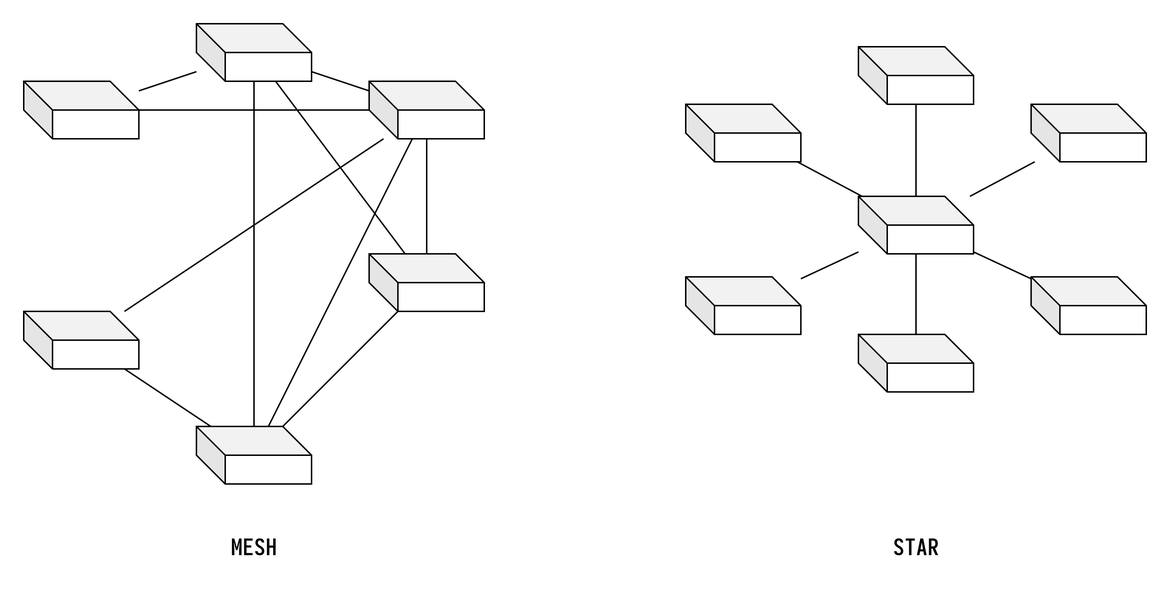
The draw.io diagram images/schematics/network-topologies.png in utbrott/masters-thesis, before a commit. Source tidied: cells renumbered, new cells last; positions are measured from the earlier drawing's top-left corner, leaving out a move shared by most shapes. Source of this version:
```xml
<mxGraphModel>
  <root>
    <mxCell id="0" />
    <mxCell id="1" parent="0" />
    <mxCell id="2" style="shape=cube;whiteSpace=wrap;html=1;boundedLbl=1;backgroundOutline=1;darkOpacity=0.05;darkOpacity2=0.1;" parent="1" vertex="1">
      <mxGeometry y="40" width="80" height="40" as="geometry" />
    </mxCell>
    <mxCell id="3" style="shape=cube;whiteSpace=wrap;html=1;boundedLbl=1;backgroundOutline=1;darkOpacity=0.05;darkOpacity2=0.1;" parent="1" vertex="1">
      <mxGeometry x="120" width="80" height="40" as="geometry" />
    </mxCell>
    <mxCell id="4" style="shape=cube;whiteSpace=wrap;html=1;boundedLbl=1;backgroundOutline=1;darkOpacity=0.05;darkOpacity2=0.1;" parent="1" vertex="1">
      <mxGeometry x="240" y="40" width="80" height="40" as="geometry" />
    </mxCell>
    <mxCell id="5" style="shape=cube;whiteSpace=wrap;html=1;boundedLbl=1;backgroundOutline=1;darkOpacity=0.05;darkOpacity2=0.1;" parent="1" vertex="1">
      <mxGeometry y="200" width="80" height="40" as="geometry" />
    </mxCell>
    <mxCell id="6" style="shape=cube;whiteSpace=wrap;html=1;boundedLbl=1;backgroundOutline=1;darkOpacity=0.05;darkOpacity2=0.1;" parent="1" vertex="1">
      <mxGeometry x="120" y="280" width="80" height="40" as="geometry" />
    </mxCell>
    <mxCell id="7" style="shape=cube;whiteSpace=wrap;html=1;boundedLbl=1;backgroundOutline=1;darkOpacity=0.05;darkOpacity2=0.1;" parent="1" vertex="1">
      <mxGeometry x="240" y="160" width="80" height="40" as="geometry" />
    </mxCell>
    <mxCell id="8" style="endArrow=none;html=1;rounded=0;" parent="1" edge="1" source="2" target="3">
      <mxGeometry relative="1" as="geometry" />
    </mxCell>
    <mxCell id="9" style="endArrow=none;html=1;rounded=0;" parent="1" edge="1" source="7" target="3">
      <mxGeometry relative="1" as="geometry" />
    </mxCell>
    <mxCell id="10" style="endArrow=none;html=1;rounded=0;" parent="1" edge="1" source="5" target="6">
      <mxGeometry relative="1" as="geometry" />
    </mxCell>
    <mxCell id="11" style="endArrow=none;html=1;rounded=0;" parent="1" edge="1" source="6" target="7">
      <mxGeometry relative="1" as="geometry" />
    </mxCell>
    <mxCell id="12" style="endArrow=none;html=1;rounded=0;" parent="1" edge="1" source="7" target="4">
      <mxGeometry relative="1" as="geometry" />
    </mxCell>
    <mxCell id="13" style="endArrow=none;html=1;rounded=0;" parent="1" edge="1" source="4" target="3">
      <mxGeometry relative="1" as="geometry" />
    </mxCell>
    <mxCell id="14" style="endArrow=none;html=1;rounded=0;" parent="1" edge="1" source="6" target="3">
      <mxGeometry relative="1" as="geometry" />
    </mxCell>
    <mxCell id="15" style="endArrow=none;html=1;rounded=0;" parent="1" edge="1" source="2" target="4">
      <mxGeometry relative="1" as="geometry" />
    </mxCell>
    <mxCell id="16" style="endArrow=none;html=1;rounded=0;" parent="1" edge="1" source="5" target="4">
      <mxGeometry relative="1" as="geometry" />
    </mxCell>
    <mxCell id="17" style="endArrow=none;html=1;rounded=0;" parent="1" edge="1" source="6" target="4">
      <mxGeometry relative="1" as="geometry" />
    </mxCell>
    <mxCell id="18" value="MESH" style="text;html=1;align=center;verticalAlign=middle;strokeColor=none;fillColor=none;fontFamily=Iosevka;fontSize=16;fontStyle=1;" parent="1" vertex="1">
      <mxGeometry x="130" y="350" width="60" height="30" as="geometry" />
    </mxCell>
    <mxCell id="19" style="shape=cube;whiteSpace=wrap;html=1;boundedLbl=1;backgroundOutline=1;darkOpacity=0.05;darkOpacity2=0.1;" parent="1" vertex="1">
      <mxGeometry x="460" y="56" width="80" height="40" as="geometry" />
    </mxCell>
    <mxCell id="20" style="shape=cube;whiteSpace=wrap;html=1;boundedLbl=1;backgroundOutline=1;darkOpacity=0.05;darkOpacity2=0.1;" parent="1" vertex="1">
      <mxGeometry x="580" y="16" width="80" height="40" as="geometry" />
    </mxCell>
    <mxCell id="21" style="shape=cube;whiteSpace=wrap;html=1;boundedLbl=1;backgroundOutline=1;darkOpacity=0.05;darkOpacity2=0.1;" parent="1" vertex="1">
      <mxGeometry x="700" y="56" width="80" height="40" as="geometry" />
    </mxCell>
    <mxCell id="22" style="shape=cube;whiteSpace=wrap;html=1;boundedLbl=1;backgroundOutline=1;darkOpacity=0.05;darkOpacity2=0.1;" parent="1" vertex="1">
      <mxGeometry x="460" y="176" width="80" height="40" as="geometry" />
    </mxCell>
    <mxCell id="23" style="shape=cube;whiteSpace=wrap;html=1;boundedLbl=1;backgroundOutline=1;darkOpacity=0.05;darkOpacity2=0.1;" parent="1" vertex="1">
      <mxGeometry x="580" y="216" width="80" height="40" as="geometry" />
    </mxCell>
    <mxCell id="24" style="shape=cube;whiteSpace=wrap;html=1;boundedLbl=1;backgroundOutline=1;darkOpacity=0.05;darkOpacity2=0.1;" parent="1" vertex="1">
      <mxGeometry x="700" y="176" width="80" height="40" as="geometry" />
    </mxCell>
    <mxCell id="25" style="shape=cube;whiteSpace=wrap;html=1;boundedLbl=1;backgroundOutline=1;darkOpacity=0.05;darkOpacity2=0.1;" parent="1" vertex="1">
      <mxGeometry x="580" y="120" width="80" height="40" as="geometry" />
    </mxCell>
    <mxCell id="26" style="endArrow=none;html=1;rounded=0;" parent="1" edge="1" source="25" target="22">
      <mxGeometry relative="1" as="geometry" />
    </mxCell>
    <mxCell id="27" style="endArrow=none;html=1;rounded=0;" parent="1" edge="1" source="25" target="23">
      <mxGeometry relative="1" as="geometry" />
    </mxCell>
    <mxCell id="28" style="endArrow=none;html=1;rounded=0;" parent="1" edge="1" source="24" target="25">
      <mxGeometry relative="1" as="geometry" />
    </mxCell>
    <mxCell id="29" style="endArrow=none;html=1;rounded=0;" parent="1" edge="1" source="21" target="25">
      <mxGeometry relative="1" as="geometry" />
    </mxCell>
    <mxCell id="30" style="endArrow=none;html=1;rounded=0;" parent="1" edge="1" source="20" target="25">
      <mxGeometry relative="1" as="geometry" />
    </mxCell>
    <mxCell id="31" style="endArrow=none;html=1;rounded=0;" parent="1" edge="1" source="19" target="25">
      <mxGeometry relative="1" as="geometry" />
    </mxCell>
    <mxCell id="32" value="STAR" style="text;html=1;align=center;verticalAlign=middle;strokeColor=none;fillColor=none;fontFamily=Iosevka;fontSize=16;fontStyle=1;" parent="1" vertex="1">
      <mxGeometry x="590" y="350" width="60" height="30" as="geometry" />
    </mxCell>
  </root>
</mxGraphModel>
```
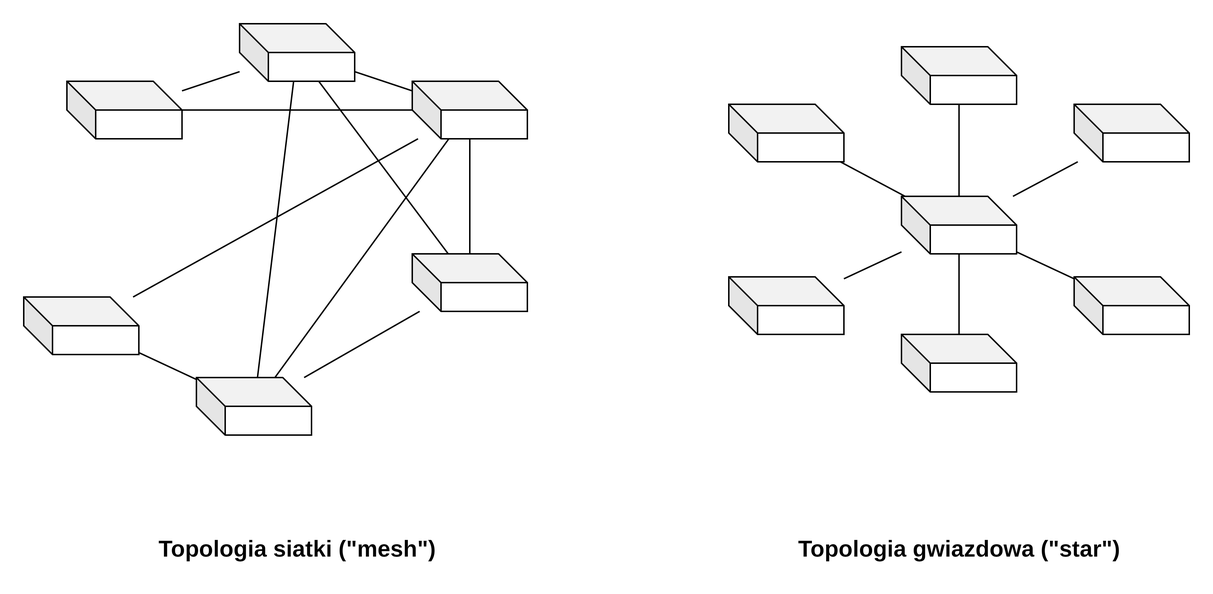
Above is the later version.

The edit, as a diff of the source:
```diff
@@ -12,10 +12,10 @@
       <mxGeometry x="240" y="40" width="80" height="40" as="geometry" />
     </mxCell>
     <mxCell id="5" style="shape=cube;whiteSpace=wrap;html=1;boundedLbl=1;backgroundOutline=1;darkOpacity=0.05;darkOpacity2=0.1;" parent="1" vertex="1">
-      <mxGeometry y="200" width="80" height="40" as="geometry" />
+      <mxGeometry x="-30" y="190" width="80" height="40" as="geometry" />
     </mxCell>
     <mxCell id="6" style="shape=cube;whiteSpace=wrap;html=1;boundedLbl=1;backgroundOutline=1;darkOpacity=0.05;darkOpacity2=0.1;" parent="1" vertex="1">
-      <mxGeometry x="120" y="280" width="80" height="40" as="geometry" />
+      <mxGeometry x="90" y="246" width="80" height="40" as="geometry" />
     </mxCell>
     <mxCell id="7" style="shape=cube;whiteSpace=wrap;html=1;boundedLbl=1;backgroundOutline=1;darkOpacity=0.05;darkOpacity2=0.1;" parent="1" vertex="1">
       <mxGeometry x="240" y="160" width="80" height="40" as="geometry" />
@@ -50,8 +50,8 @@
     <mxCell id="17" style="endArrow=none;html=1;rounded=0;" parent="1" edge="1" source="6" target="4">
       <mxGeometry relative="1" as="geometry" />
     </mxCell>
-    <mxCell id="18" value="MESH" style="text;html=1;align=center;verticalAlign=middle;strokeColor=none;fillColor=none;fontFamily=Iosevka;fontSize=16;fontStyle=1;" parent="1" vertex="1">
-      <mxGeometry x="130" y="350" width="60" height="30" as="geometry" />
+    <mxCell id="18" value="Topologia siatki (&quot;mesh&quot;)" style="text;html=1;align=center;verticalAlign=middle;strokeColor=none;fillColor=none;fontFamily=Arimo;fontSize=16;fontStyle=1;" parent="1" vertex="1">
+      <mxGeometry x="50" y="350" width="220" height="30" as="geometry" />
     </mxCell>
     <mxCell id="19" style="shape=cube;whiteSpace=wrap;html=1;boundedLbl=1;backgroundOutline=1;darkOpacity=0.05;darkOpacity2=0.1;" parent="1" vertex="1">
       <mxGeometry x="460" y="56" width="80" height="40" as="geometry" />
@@ -92,8 +92,8 @@
     <mxCell id="31" style="endArrow=none;html=1;rounded=0;" parent="1" edge="1" source="19" target="25">
       <mxGeometry relative="1" as="geometry" />
     </mxCell>
-    <mxCell id="32" value="STAR" style="text;html=1;align=center;verticalAlign=middle;strokeColor=none;fillColor=none;fontFamily=Iosevka;fontSize=16;fontStyle=1;" parent="1" vertex="1">
-      <mxGeometry x="590" y="350" width="60" height="30" as="geometry" />
+    <mxCell id="32" value="Topologia gwiazdowa (&quot;star&quot;)" style="text;html=1;align=center;verticalAlign=middle;strokeColor=none;fillColor=none;fontFamily=Arimo;fontSize=16;fontStyle=1;" parent="1" vertex="1">
+      <mxGeometry x="495" y="350" width="250" height="30" as="geometry" />
     </mxCell>
   </root>
 </mxGraphModel>
```
